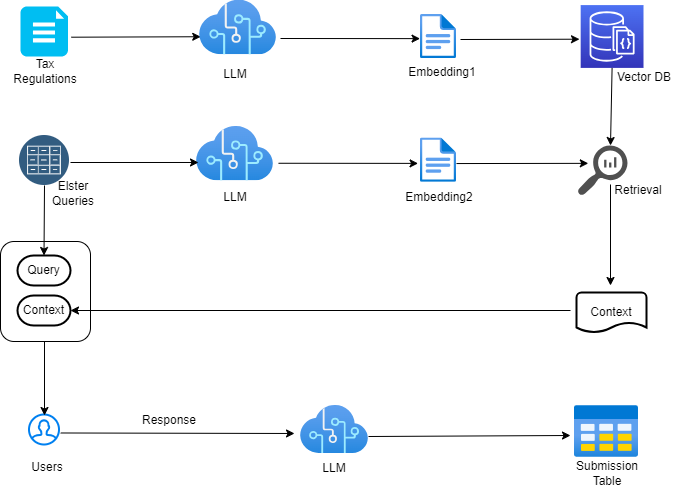
This is _projects/Elsterbot/img/structure.png from neverset123/neverset123.github.io, a draw.io export, as it was before one commit. Source tidied: cells renumbered, new cells last; positions are measured from the earlier drawing's top-left corner, leaving out a move shared by most shapes.
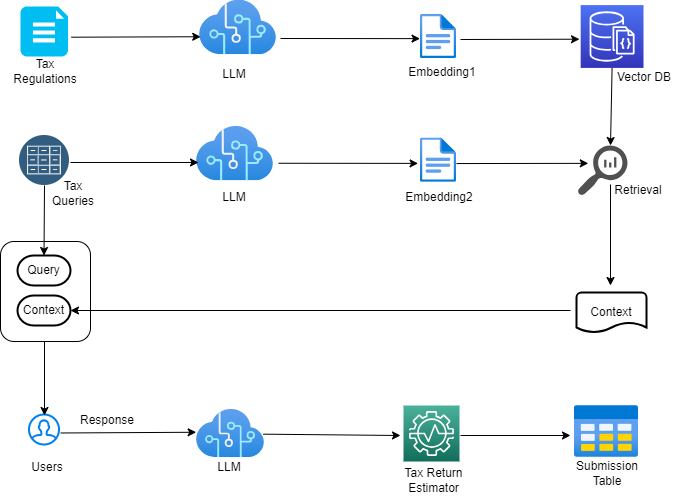
The same file after the commit.

Change to the diagram source:
```diff
@@ -20,7 +20,7 @@
     <mxCell id="6" style="html=1;verticalLabelPosition=bottom;align=center;labelBackgroundColor=#ffffff;verticalAlign=top;strokeWidth=2;strokeColor=#0080F0;shadow=0;dashed=0;shape=mxgraph.ios7.icons.user;" parent="1" vertex="1">
       <mxGeometry x="28.5" y="414" width="30" height="30" as="geometry" />
     </mxCell>
-    <mxCell id="7" style="endArrow=classic;html=1;entryX=-0.088;entryY=0.583;entryDx=0;entryDy=0;entryPerimeter=0;exitX=1.057;exitY=0.616;exitDx=0;exitDy=0;exitPerimeter=0;" parent="1" edge="1" source="6" target="10">
+    <mxCell id="7" style="endArrow=classic;html=1;exitX=1.057;exitY=0.616;exitDx=0;exitDy=0;exitPerimeter=0;entryX=-0.005;entryY=0.474;entryDx=0;entryDy=0;entryPerimeter=0;" parent="1" edge="1" source="6" target="10">
       <mxGeometry relative="1" as="geometry" />
     </mxCell>
     <mxCell id="8" value="Tax Regulations" style="text;html=1;strokeColor=none;fillColor=none;align=center;verticalAlign=middle;whiteSpace=wrap;rounded=0;" parent="1" vertex="1">
@@ -30,7 +30,7 @@
       <mxGeometry x="412" y="57.2" width="60" height="30" as="geometry" />
     </mxCell>
     <mxCell id="10" style="html=1;points=[];align=center;image;fontSize=12;image=img/lib/azure2/ai_machine_learning/Cognitive_Services.svg;" parent="1" vertex="1">
-      <mxGeometry x="300" y="405" width="68" height="48" as="geometry" />
+      <mxGeometry x="196" y="409" width="68" height="48" as="geometry" />
     </mxCell>
     <mxCell id="11" style="endArrow=classic;html=1;" parent="1" edge="1">
       <mxGeometry relative="1" as="geometry">
@@ -42,13 +42,13 @@
       <mxGeometry x="204.5" y="59.2" width="60" height="30" as="geometry" />
     </mxCell>
     <mxCell id="13" value="LLM" style="text;html=1;strokeColor=none;fillColor=none;align=center;verticalAlign=middle;whiteSpace=wrap;rounded=0;" parent="1" vertex="1">
-      <mxGeometry x="304" y="453" width="60" height="30" as="geometry" />
+      <mxGeometry x="199" y="452" width="60" height="30" as="geometry" />
     </mxCell>
     <mxCell id="14" value="Users" style="text;html=1;strokeColor=none;fillColor=none;align=center;verticalAlign=middle;whiteSpace=wrap;rounded=0;" parent="1" vertex="1">
       <mxGeometry x="17" y="452" width="60" height="30" as="geometry" />
     </mxCell>
     <mxCell id="15" value="Response" style="text;html=1;strokeColor=none;fillColor=none;align=center;verticalAlign=middle;whiteSpace=wrap;rounded=0;" parent="1" vertex="1">
-      <mxGeometry x="139" y="405" width="60" height="30" as="geometry" />
+      <mxGeometry x="77" y="405" width="60" height="30" as="geometry" />
     </mxCell>
     <mxCell id="16" style="sketch=0;points=[[0,0,0],[0.25,0,0],[0.5,0,0],[0.75,0,0],[1,0,0],[0,1,0],[0.25,1,0],[0.5,1,0],[0.75,1,0],[1,1,0],[0,0.25,0],[0,0.5,0],[0,0.75,0],[1,0.25,0],[1,0.5,0],[1,0.75,0]];outlineConnect=0;fontColor=#232F3E;gradientColor=#4D72F3;gradientDirection=north;fillColor=#3334B9;strokeColor=#ffffff;dashed=0;verticalLabelPosition=bottom;verticalAlign=top;align=center;html=1;fontSize=12;fontStyle=0;shape=mxgraph.aws4.resourceIcon;resIcon=mxgraph.aws4.documentdb_with_mongodb_compatibility;" parent="1" vertex="1">
       <mxGeometry x="580.2" y="4.6" width="62.8" height="62.8" as="geometry" />
@@ -56,7 +56,7 @@
     <mxCell id="17" style="perimeter=ellipsePerimeter;html=1;align=center;shadow=0;dashed=0;fontColor=#4277BB;labelBackgroundColor=#ffffff;fontSize=12;spacingTop=3;image;image=img/lib/ibm/data/file_repository.svg;" parent="1" vertex="1">
       <mxGeometry x="19" y="135" width="50" height="50" as="geometry" />
     </mxCell>
-    <mxCell id="18" value="Elster Queries" style="text;html=1;strokeColor=none;fillColor=none;align=center;verticalAlign=middle;whiteSpace=wrap;rounded=0;" parent="1" vertex="1">
+    <mxCell id="18" value="Tax Queries" style="text;html=1;strokeColor=none;fillColor=none;align=center;verticalAlign=middle;whiteSpace=wrap;rounded=0;" parent="1" vertex="1">
       <mxGeometry x="43" y="178" width="60" height="30" as="geometry" />
     </mxCell>
     <mxCell id="19" style="html=1;align=center;image;fontSize=12;image=img/lib/azure2/ai_machine_learning/Cognitive_Services.svg;" parent="1" vertex="1">
@@ -79,7 +79,7 @@
     </mxCell>
     <mxCell id="25" style="endArrow=classic;html=1;" parent="1" edge="1">
       <mxGeometry relative="1" as="geometry">
-        <mxPoint x="368" y="436" as="sourcePoint" />
+        <mxPoint x="460" y="435" as="sourcePoint" />
         <mxPoint x="570" y="435" as="targetPoint" />
       </mxGeometry>
     </mxCell>
@@ -150,5 +150,16 @@
     <mxCell id="41" value="Vector DB" style="text;html=1;strokeColor=none;fillColor=none;align=center;verticalAlign=middle;whiteSpace=wrap;rounded=0;" parent="1" vertex="1">
       <mxGeometry x="614" y="62" width="60" height="30" as="geometry" />
     </mxCell>
+    <mxCell id="42" style="sketch=0;fontColor=#232F3E;gradientColor=#4AB29A;gradientDirection=north;fillColor=#116D5B;strokeColor=#ffffff;dashed=0;verticalLabelPosition=bottom;verticalAlign=top;align=center;html=1;fontSize=12;fontStyle=0;shape=mxgraph.aws4.resourceIcon;resIcon=mxgraph.aws4.monitron;" parent="1" vertex="1">
+      <mxGeometry x="403" y="405" width="56" height="56" as="geometry" />
+    </mxCell>
+    <mxCell id="43" style="endArrow=classic;html=1;exitX=0.983;exitY=0.514;exitDx=0;exitDy=0;exitPerimeter=0;" parent="1" edge="1" source="10">
+      <mxGeometry relative="1" as="geometry">
+        <mxPoint x="400" y="435" as="targetPoint" />
+      </mxGeometry>
+    </mxCell>
+    <mxCell id="44" value="Tax Return Estimator" style="text;html=1;strokeColor=none;fillColor=none;align=center;verticalAlign=middle;whiteSpace=wrap;rounded=0;" parent="1" vertex="1">
+      <mxGeometry x="400" y="465" width="67" height="30" as="geometry" />
+    </mxCell>
   </root>
 </mxGraphModel>
```
